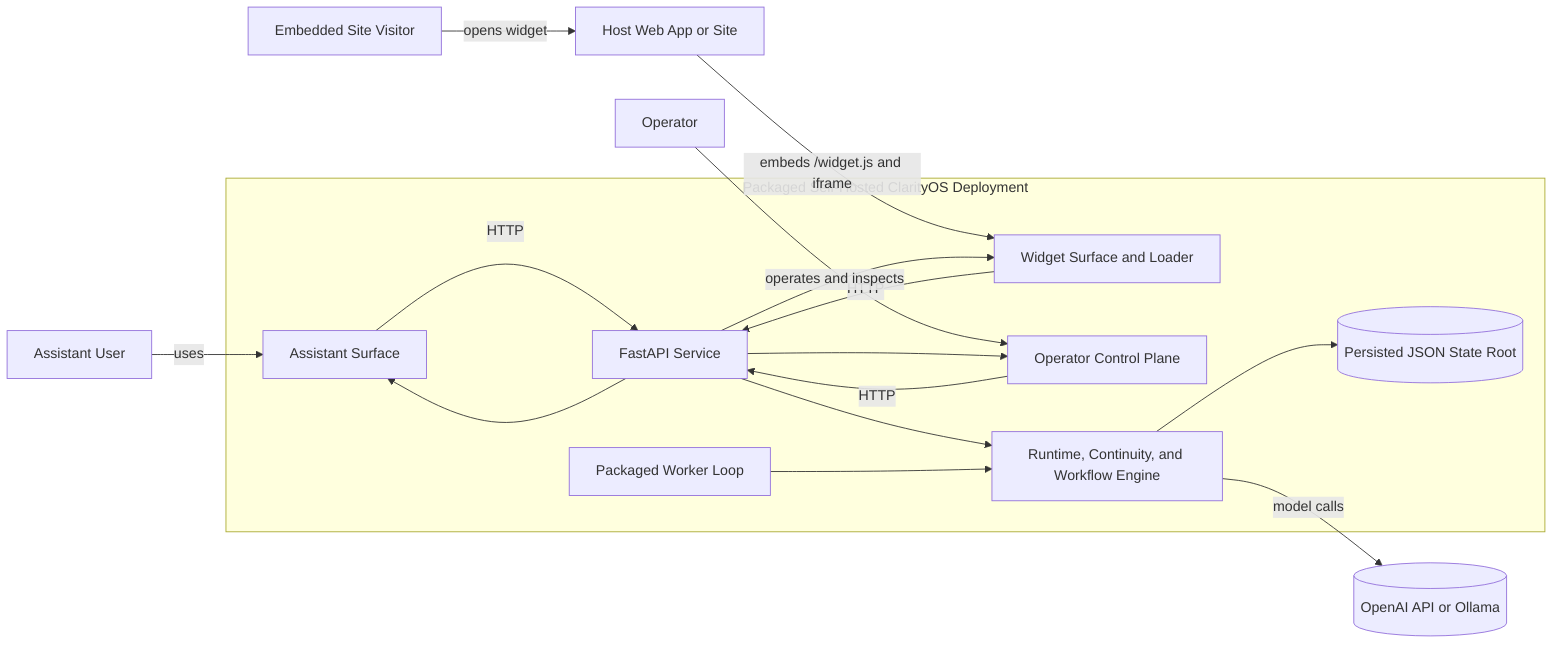
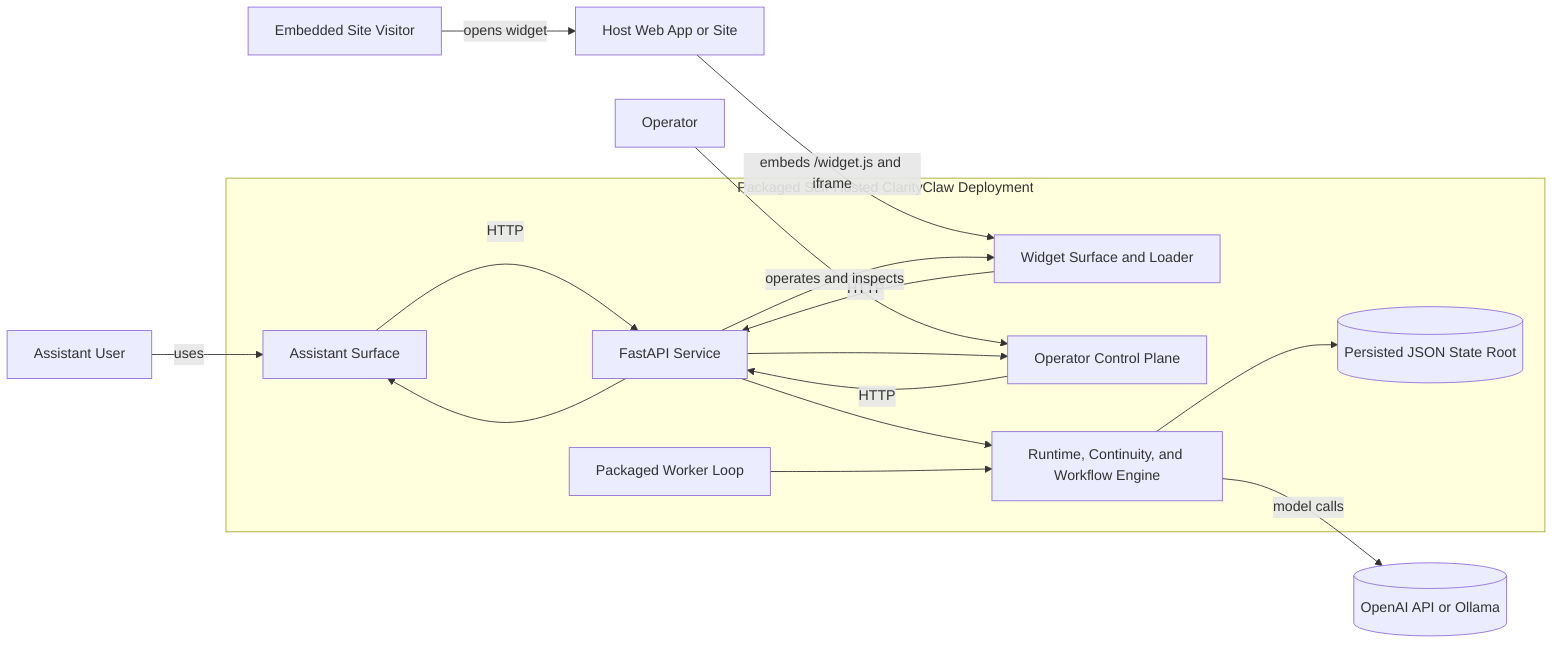
flowchart LR
    AU[Assistant User]
    EV[Embedded Site Visitor]
    HS[Host Web App or Site]
    OP[Operator]
    MP[(OpenAI API or Ollama)]

-     subgraph DEPLOY[Packaged Self-Hosted ClarityOS Deployment]
+     subgraph DEPLOY[Packaged Self-Hosted ClarityClaw Deployment]
        API[FastAPI Service]
        WK[Packaged Worker Loop]
        AS[Assistant Surface]
        WG[Widget Surface and Loader]
        CP[Operator Control Plane]
        RT[Runtime, Continuity, and Workflow Engine]
        STATE[(Persisted JSON State Root)]
    end

    AU -->|uses| AS
    AS -->|HTTP| API

    EV -->|opens widget| HS
    HS -->|embeds /widget.js and iframe| WG
    WG -->|HTTP| API

    OP -->|operates and inspects| CP
    CP -->|HTTP| API

    API --> RT
    WK --> RT
    RT --> STATE
    RT -->|model calls| MP

    API --> AS
    API --> WG
    API --> CP
